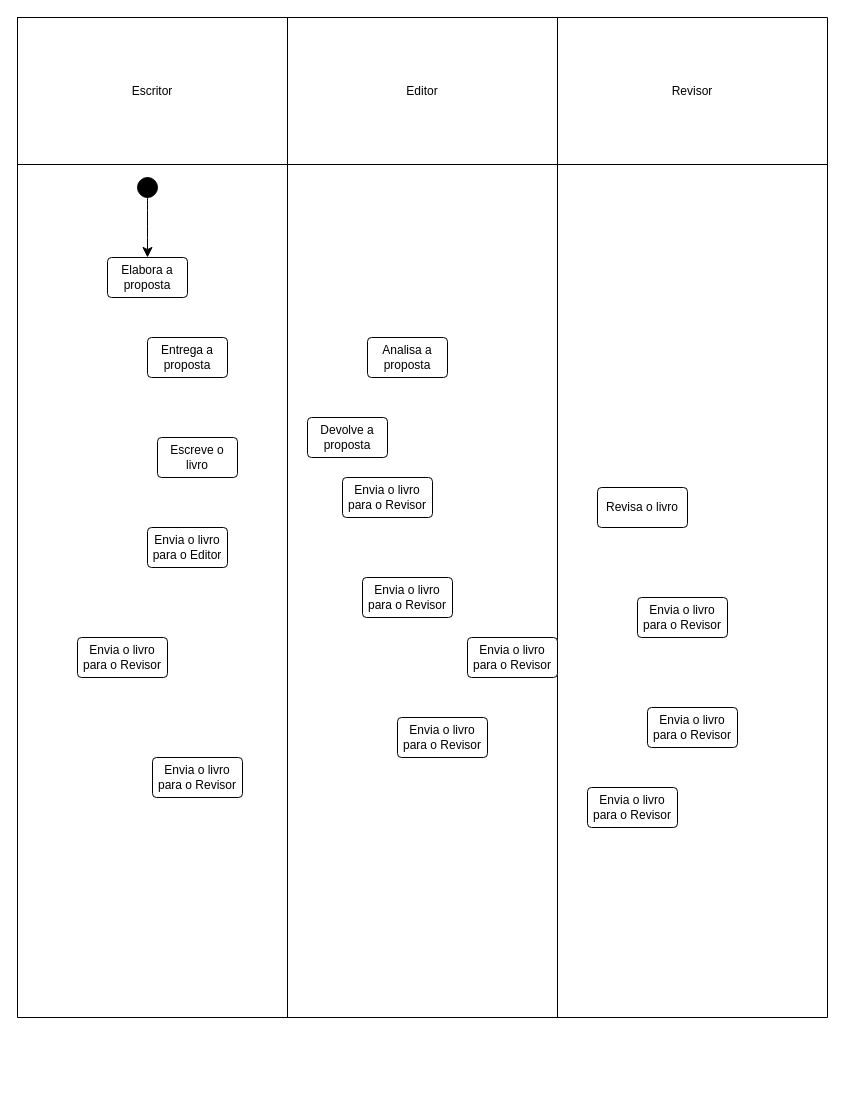
mariioka/Diagramas keeps this draw.io diagram as diag_ativ_publicLivro.drawio. Above is the earlier version. Source tidied: cells renumbered, new cells numbered last; positions are measured from the earlier drawing's top-left corner, leaving out a move shared by most shapes. Both pictures are drawn from the tidied source at 100%, with x=0, y=0 at pixel (17, 17).
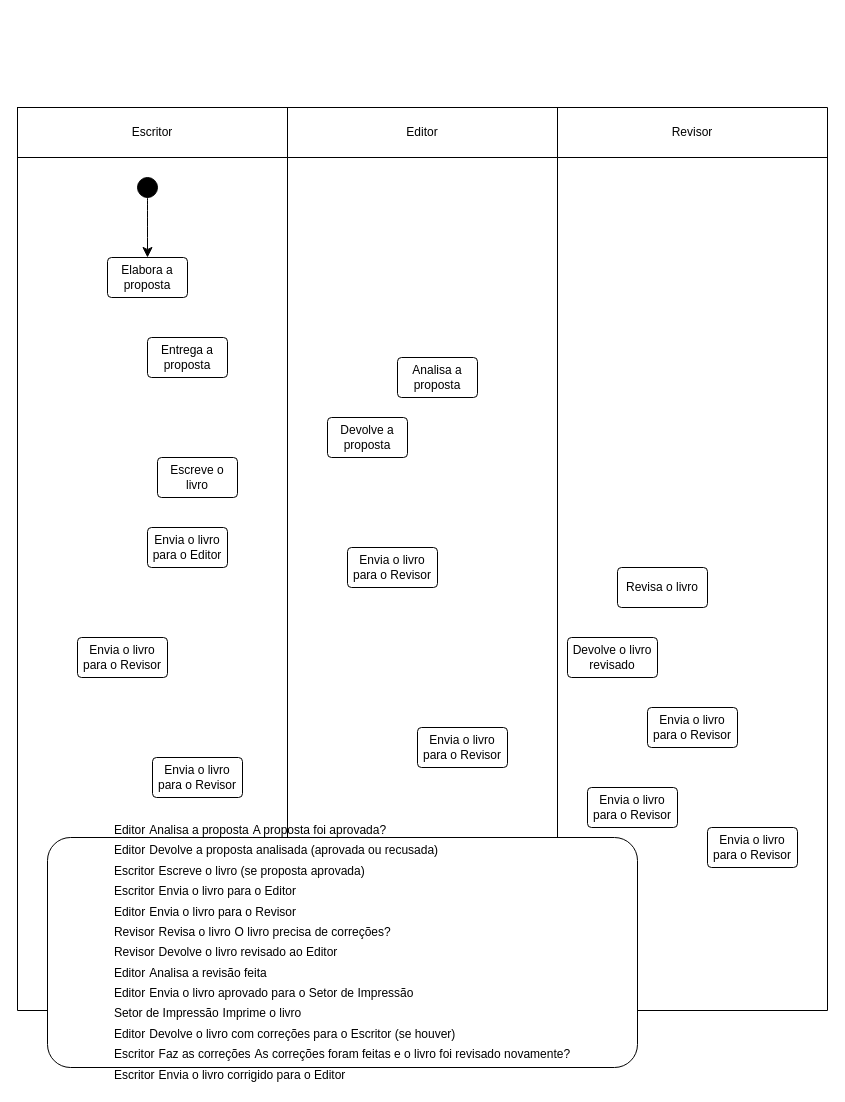
The same diagram, later.

The edit, as a diff of the source:
```diff
@@
     <mxCell id="2" style="shape=table;startSize=0;childLayout=tableLayout;" parent="1" vertex="1">
-      <mxGeometry width="810" height="1000" as="geometry" />
+      <mxGeometry y="90" width="810" height="903" as="geometry" />
     </mxCell>
     <mxCell id="3" style="shape=tableRow;horizontal=0;startSize=0;swimlaneHead=0;swimlaneBody=0;strokeColor=inherit;top=0;left=0;bottom=0;right=0;fillColor=none;" parent="2" vertex="1">
-      <mxGeometry width="810" height="147" as="geometry" />
+      <mxGeometry width="810" height="50" as="geometry" />
     </mxCell>
     <mxCell id="4" value="Escritor" style="shape=partialRectangle;html=1;whiteSpace=wrap;strokeColor=inherit;overflow=hidden;fillColor=none;top=0;left=0;bottom=0;right=0;" parent="3" vertex="1">
-      <mxGeometry width="270" height="147" as="geometry" />
+      <mxGeometry width="270" height="50" as="geometry" />
     </mxCell>
     <mxCell id="5" value="Editor" style="shape=partialRectangle;html=1;whiteSpace=wrap;strokeColor=inherit;overflow=hidden;fillColor=none;top=0;left=0;bottom=0;right=0;" parent="3" vertex="1">
-      <mxGeometry x="270" width="270" height="147" as="geometry" />
+      <mxGeometry x="270" width="270" height="50" as="geometry" />
     </mxCell>
     <mxCell id="6" value="Revisor" style="shape=partialRectangle;html=1;whiteSpace=wrap;strokeColor=inherit;overflow=hidden;fillColor=none;top=0;left=0;bottom=0;right=0;" parent="3" vertex="1">
-      <mxGeometry x="540" width="270" height="147" as="geometry" />
+      <mxGeometry x="540" width="270" height="50" as="geometry" />
     </mxCell>
     <mxCell id="7" style="shape=tableRow;horizontal=0;startSize=0;swimlaneHead=0;swimlaneBody=0;strokeColor=inherit;top=0;left=0;bottom=0;right=0;fillColor=none;" parent="2" vertex="1">
-      <mxGeometry y="147" width="810" height="853" as="geometry" />
+      <mxGeometry y="50" width="810" height="853" as="geometry" />
     </mxCell>
@@
     <mxCell id="15" value="Analisa a proposta" style="rounded=1;arcSize=10;whiteSpace=wrap;html=1;align=center;" parent="1" vertex="1">
-      <mxGeometry x="350" y="320" width="80" height="40" as="geometry" />
+      <mxGeometry x="380" y="340" width="80" height="40" as="geometry" />
     </mxCell>
     <mxCell id="16" value="Devolve a proposta" style="rounded=1;arcSize=10;whiteSpace=wrap;html=1;align=center;" parent="1" vertex="1">
-      <mxGeometry x="290" y="400" width="80" height="40" as="geometry" />
+      <mxGeometry x="310" y="400" width="80" height="40" as="geometry" />
     </mxCell>
     <mxCell id="17" value="Escreve o livro" style="rounded=1;arcSize=10;whiteSpace=wrap;html=1;align=center;" parent="1" vertex="1">
-      <mxGeometry x="140" y="420" width="80" height="40" as="geometry" />
+      <mxGeometry x="140" y="440" width="80" height="40" as="geometry" />
     </mxCell>
@@
     <mxCell id="19" value="Envia o livro para o Revisor" style="rounded=1;arcSize=10;whiteSpace=wrap;html=1;align=center;" parent="1" vertex="1">
-      <mxGeometry x="325" y="460" width="90" height="40" as="geometry" />
+      <mxGeometry x="330" y="530" width="90" height="40" as="geometry" />
     </mxCell>
     <mxCell id="20" value="Revisa o livro" style="rounded=1;arcSize=10;whiteSpace=wrap;html=1;align=center;" parent="1" vertex="1">
-      <mxGeometry x="580" y="470" width="90" height="40" as="geometry" />
+      <mxGeometry x="600" y="550" width="90" height="40" as="geometry" />
     </mxCell>
-    <mxCell id="21" value="Envia o livro para o Revisor" style="rounded=1;arcSize=10;whiteSpace=wrap;html=1;align=center;" parent="1" vertex="1">
-      <mxGeometry x="345" y="560" width="90" height="40" as="geometry" />
+    <mxCell id="21" value="Devolve o livro revisado" style="rounded=1;arcSize=10;whiteSpace=wrap;html=1;align=center;" parent="1" vertex="1">
+      <mxGeometry x="550" y="620" width="90" height="40" as="geometry" />
     </mxCell>
-    <mxCell id="22" value="Envia o livro para o Revisor" style="rounded=1;arcSize=10;whiteSpace=wrap;html=1;align=center;" parent="1" vertex="1">
-      <mxGeometry x="380" y="700" width="90" height="40" as="geometry" />
+    <mxCell id="22" value="&lt;table&gt;&lt;tbody&gt;&lt;tr&gt;&lt;td&gt;Editor&lt;/td&gt;&lt;td&gt;Analisa a proposta&lt;/td&gt;&lt;td&gt;A proposta foi aprovada?&lt;/td&gt;&lt;/tr&gt;&lt;/tbody&gt;&lt;/table&gt;&lt;table&gt;&lt;tbody&gt;&lt;tr&gt;&lt;td&gt;Editor&lt;/td&gt;&lt;td&gt;Devolve a proposta analisada (aprovada ou recusada)&lt;/td&gt;&lt;td&gt;&lt;/td&gt;&lt;/tr&gt;&lt;/tbody&gt;&lt;/table&gt;&lt;table&gt;&lt;tbody&gt;&lt;tr&gt;&lt;td&gt;Escritor&lt;/td&gt;&lt;td&gt;Escreve o livro (se proposta aprovada)&lt;/td&gt;&lt;td&gt;&lt;/td&gt;&lt;/tr&gt;&lt;/tbody&gt;&lt;/table&gt;&lt;table&gt;&lt;tbody&gt;&lt;tr&gt;&lt;td&gt;Escritor&lt;/td&gt;&lt;td&gt;Envia o livro para o Editor&lt;/td&gt;&lt;td&gt;&lt;/td&gt;&lt;/tr&gt;&lt;/tbody&gt;&lt;/table&gt;&lt;table&gt;&lt;tbody&gt;&lt;tr&gt;&lt;td&gt;Editor&lt;/td&gt;&lt;td&gt;Envia o livro para o Revisor&lt;/td&gt;&lt;td&gt;&lt;/td&gt;&lt;/tr&gt;&lt;/tbody&gt;&lt;/table&gt;&lt;table&gt;&lt;tbody&gt;&lt;tr&gt;&lt;td&gt;Revisor&lt;/td&gt;&lt;td&gt;Revisa o livro&lt;/td&gt;&lt;td&gt;O livro precisa de correções?&lt;/td&gt;&lt;/tr&gt;&lt;/tbody&gt;&lt;/table&gt;&lt;table&gt;&lt;tbody&gt;&lt;tr&gt;&lt;td&gt;Revisor&lt;/td&gt;&lt;td&gt;Devolve o livro revisado ao Editor&lt;/td&gt;&lt;/tr&gt;&lt;/tbody&gt;&lt;/table&gt;&lt;table&gt;&lt;tbody&gt;&lt;tr&gt;&lt;td&gt;Editor&lt;/td&gt;&lt;td&gt;Analisa a revisão feita&lt;/td&gt;&lt;td&gt;&lt;/td&gt;&lt;/tr&gt;&lt;/tbody&gt;&lt;/table&gt;&lt;table&gt;&lt;tbody&gt;&lt;tr&gt;&lt;td&gt;Editor&lt;/td&gt;&lt;td&gt;Envia o livro aprovado para o Setor de Impressão&lt;/td&gt;&lt;td&gt;&lt;/td&gt;&lt;/tr&gt;&lt;/tbody&gt;&lt;/table&gt;&lt;table&gt;&lt;tbody&gt;&lt;tr&gt;&lt;td&gt;Setor de Impressão&lt;/td&gt;&lt;td&gt;Imprime o livro&lt;/td&gt;&lt;td&gt;&lt;/td&gt;&lt;/tr&gt;&lt;/tbody&gt;&lt;/table&gt;&lt;table&gt;&lt;tbody&gt;&lt;tr&gt;&lt;td&gt;Editor&lt;/td&gt;&lt;td&gt;Devolve o livro com correções para o Escritor (se houver)&lt;/td&gt;&lt;td&gt;&lt;/td&gt;&lt;/tr&gt;&lt;/tbody&gt;&lt;/table&gt;&lt;table&gt;&lt;tbody&gt;&lt;tr&gt;&lt;td&gt;Escritor&lt;/td&gt;&lt;td&gt;Faz as correções&lt;/td&gt;&lt;td&gt;As correções foram feitas e o livro foi revisado novamente?&lt;/td&gt;&lt;/tr&gt;&lt;/tbody&gt;&lt;/table&gt;&lt;table&gt;&lt;tbody&gt;&lt;tr&gt;&lt;td&gt;Escritor&lt;/td&gt;&lt;td&gt;Envia o livro corrigido para o Editor&lt;/td&gt;&lt;/tr&gt;&lt;/tbody&gt;&lt;/table&gt;" style="rounded=1;arcSize=10;whiteSpace=wrap;html=1;align=center;" parent="1" vertex="1">
+      <mxGeometry x="30" y="820" width="590" height="230" as="geometry" />
     </mxCell>
@@
     <mxCell id="24" value="Envia o livro para o Revisor" style="rounded=1;arcSize=10;whiteSpace=wrap;html=1;align=center;" parent="1" vertex="1">
-      <mxGeometry x="450" y="620" width="90" height="40" as="geometry" />
+      <mxGeometry x="400" y="710" width="90" height="40" as="geometry" />
     </mxCell>
@@
     <mxCell id="26" value="Envia o livro para o Revisor" style="rounded=1;arcSize=10;whiteSpace=wrap;html=1;align=center;" parent="1" vertex="1">
-      <mxGeometry x="620" y="580" width="90" height="40" as="geometry" />
+      <mxGeometry x="690" y="810" width="90" height="40" as="geometry" />
     </mxCell>
```
